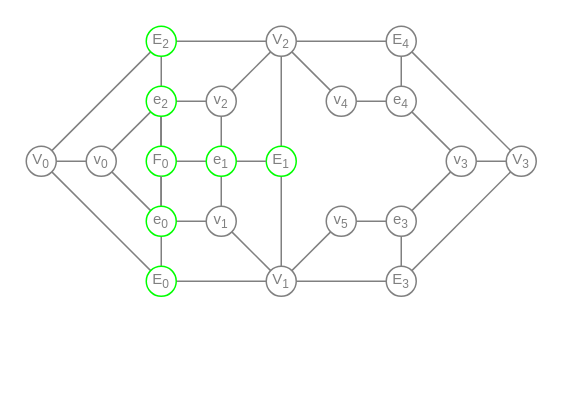
The draw.io diagram wiki/MeshGraph.drawio in YoanWithY/kayo, before the edit. Source tidied: cells renumbered, new cells numbered last; positions are measured from the earlier drawing's top-left corner, leaving out a move shared by most shapes. Both pictures are drawn from the tidied source at 150%, with x=0, y=0 at pixel (26, 26).
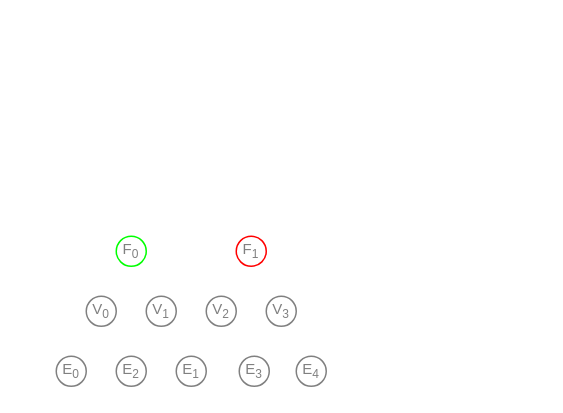
The same diagram, later.

What changed in the source:
```diff
@@
-    <mxCell id="1" parent="0" />
-    <mxCell id="2" style="edgeStyle=none;html=1;fontSize=8;fontColor=#808080;rounded=0;endArrow=none;endFill=0;strokeColor=#808080;" parent="1" edge="1" source="8" target="37">
-      <mxGeometry relative="1" as="geometry" />
-    </mxCell>
-    <mxCell id="3" style="edgeStyle=none;shape=connector;rounded=0;html=1;labelBackgroundColor=default;strokeColor=#808080;fontFamily=Helvetica;fontSize=8;fontColor=#808080;endArrow=none;endFill=0;" parent="1" edge="1" source="8" target="15">
-      <mxGeometry relative="1" as="geometry" />
-    </mxCell>
-    <mxCell id="4" style="edgeStyle=none;shape=connector;rounded=0;html=1;labelBackgroundColor=default;strokeColor=#808080;fontFamily=Helvetica;fontSize=8;fontColor=#808080;endArrow=none;endFill=0;" parent="1" edge="1" source="8" target="15">
-      <mxGeometry relative="1" as="geometry" />
-    </mxCell>
-    <mxCell id="5" style="edgeStyle=none;shape=connector;rounded=0;html=1;labelBackgroundColor=default;strokeColor=#808080;fontFamily=Helvetica;fontSize=8;fontColor=#808080;endArrow=none;endFill=0;" parent="1" edge="1" source="8" target="15">
-      <mxGeometry relative="1" as="geometry" />
-    </mxCell>
-    <mxCell id="6" style="edgeStyle=none;shape=connector;rounded=0;html=1;labelBackgroundColor=default;strokeColor=#808080;fontFamily=Helvetica;fontSize=8;fontColor=#808080;endArrow=none;endFill=0;" parent="1" edge="1" source="8" target="15">
-      <mxGeometry relative="1" as="geometry" />
-    </mxCell>
-    <mxCell id="7" style="edgeStyle=none;shape=connector;rounded=0;html=1;labelBackgroundColor=default;strokeColor=#808080;fontFamily=Helvetica;fontSize=8;fontColor=#808080;endArrow=none;endFill=0;" parent="1" edge="1" source="8" target="41">
-      <mxGeometry relative="1" as="geometry" />
-    </mxCell>
+    <mxCell id="62" parent="0" />
-    <mxCell id="8" value="F&lt;sub style=&quot;&quot;&gt;&lt;font style=&quot;font-size: 8px;&quot;&gt;0&lt;/font&gt;&lt;/sub&gt;" style="ellipse;whiteSpace=wrap;html=1;fontSize=10;fillColor=none;strokeColor=#00FF00;fontColor=#808080;" parent="1" vertex="1">
-      <mxGeometry x="80" y="80" width="20" height="20" as="geometry" />
+    <mxCell id="8" value="F&lt;sub style=&quot;&quot;&gt;&lt;font style=&quot;font-size: 8px;&quot;&gt;0&lt;/font&gt;&lt;/sub&gt;" style="ellipse;whiteSpace=wrap;html=1;fontSize=10;fillColor=none;strokeColor=#00FF00;fontColor=#808080;" parent="62" vertex="1">
+      <mxGeometry x="60" y="140" width="20" height="20" as="geometry" />
     </mxCell>
-    <mxCell id="9" style="edgeStyle=none;shape=connector;rounded=0;html=1;labelBackgroundColor=default;strokeColor=#808080;fontFamily=Helvetica;fontSize=8;fontColor=#808080;endArrow=none;endFill=0;" parent="1" edge="1" source="11" target="23">
-      <mxGeometry relative="1" as="geometry" />
-    </mxCell>
-    <mxCell id="10" style="edgeStyle=none;shape=connector;rounded=0;html=1;labelBackgroundColor=default;strokeColor=#808080;fontFamily=Helvetica;fontSize=8;fontColor=#808080;endArrow=none;endFill=0;" parent="1" edge="1" source="11" target="20">
-      <mxGeometry relative="1" as="geometry" />
-    </mxCell>
-    <mxCell id="11" value="E&lt;sub style=&quot;&quot;&gt;&lt;font style=&quot;font-size: 8px;&quot;&gt;1&lt;/font&gt;&lt;/sub&gt;" style="ellipse;whiteSpace=wrap;html=1;fontSize=10;fillColor=none;strokeColor=#00FF00;fontColor=#808080;" parent="1" vertex="1">
-      <mxGeometry x="160" y="80" width="20" height="20" as="geometry" />
+    <mxCell id="11" value="E&lt;sub style=&quot;&quot;&gt;&lt;font style=&quot;font-size: 8px;&quot;&gt;1&lt;/font&gt;&lt;/sub&gt;" style="ellipse;whiteSpace=wrap;html=1;fontSize=10;fillColor=none;strokeColor=#808080;fontColor=#808080;" parent="62" vertex="1">
+      <mxGeometry x="100" y="220" width="20" height="20" as="geometry" />
     </mxCell>
-    <mxCell id="12" style="edgeStyle=none;shape=connector;rounded=0;html=1;labelBackgroundColor=default;strokeColor=#808080;fontFamily=Helvetica;fontSize=8;fontColor=#808080;endArrow=none;endFill=0;" parent="1" edge="1" source="15" target="47">
-      <mxGeometry relative="1" as="geometry" />
-    </mxCell>
-    <mxCell id="13" style="edgeStyle=none;shape=connector;rounded=0;html=1;labelBackgroundColor=default;strokeColor=#808080;fontFamily=Helvetica;fontSize=8;fontColor=#808080;endArrow=none;endFill=0;" parent="1" edge="1" source="15" target="55">
-      <mxGeometry relative="1" as="geometry" />
-    </mxCell>
-    <mxCell id="14" style="edgeStyle=none;shape=connector;rounded=0;html=1;labelBackgroundColor=default;strokeColor=#808080;fontFamily=Helvetica;fontSize=8;fontColor=#808080;endArrow=none;endFill=0;" parent="1" edge="1" source="15" target="57">
-      <mxGeometry relative="1" as="geometry" />
-    </mxCell>
-    <mxCell id="15" value="e&lt;sub style=&quot;&quot;&gt;&lt;font style=&quot;font-size: 8px;&quot;&gt;2&lt;/font&gt;&lt;/sub&gt;" style="ellipse;whiteSpace=wrap;html=1;fontSize=10;fillColor=none;strokeColor=#00FF00;fontColor=#808080;" parent="1" vertex="1">
-      <mxGeometry x="80" y="40" width="20" height="20" as="geometry" />
-    </mxCell>
+    <mxCell id="47" value="E&lt;sub style=&quot;&quot;&gt;&lt;font style=&quot;font-size: 8px;&quot;&gt;2&lt;/font&gt;&lt;/sub&gt;" style="ellipse;whiteSpace=wrap;html=1;fontSize=10;fillColor=none;strokeColor=#808080;fontColor=#808080;" parent="62" vertex="1">
+      <mxGeometry x="60" y="220" width="20" height="20" as="geometry" />
+    </mxCell>
-    <mxCell id="16" value="V&lt;sub style=&quot;&quot;&gt;&lt;font style=&quot;font-size: 8px;&quot;&gt;0&lt;/font&gt;&lt;/sub&gt;" style="ellipse;whiteSpace=wrap;html=1;fontSize=10;fillColor=none;strokeColor=#808080;fontColor=#808080;shadow=0;" parent="1" vertex="1">
-      <mxGeometry y="80" width="20" height="20" as="geometry" />
+    <mxCell id="16" value="V&lt;sub style=&quot;&quot;&gt;&lt;font style=&quot;font-size: 8px;&quot;&gt;0&lt;/font&gt;&lt;/sub&gt;" style="ellipse;whiteSpace=wrap;html=1;fontSize=10;fillColor=none;strokeColor=#808080;fontColor=#808080;" parent="62" vertex="1">
+      <mxGeometry x="40" y="180" width="20" height="20" as="geometry" />
     </mxCell>
-    <mxCell id="17" style="edgeStyle=none;shape=connector;rounded=0;html=1;labelBackgroundColor=default;strokeColor=#808080;fontFamily=Helvetica;fontSize=8;fontColor=#808080;endArrow=none;endFill=0;" parent="1" edge="1" source="20" target="56">
-      <mxGeometry relative="1" as="geometry" />
-    </mxCell>
-    <mxCell id="18" style="edgeStyle=none;shape=connector;rounded=0;html=1;labelBackgroundColor=default;strokeColor=#808080;fontFamily=Helvetica;fontSize=8;fontColor=#808080;endArrow=none;endFill=0;" parent="1" edge="1" source="20" target="61">
-      <mxGeometry relative="1" as="geometry" />
-    </mxCell>
-    <mxCell id="19" style="edgeStyle=none;shape=connector;rounded=0;html=1;labelBackgroundColor=default;strokeColor=#808080;fontFamily=Helvetica;fontSize=8;fontColor=#808080;endArrow=none;endFill=0;" parent="1" edge="1" source="20" target="27">
-      <mxGeometry relative="1" as="geometry" />
-    </mxCell>
-    <mxCell id="20" value="V&lt;sub style=&quot;&quot;&gt;&lt;font style=&quot;font-size: 8px;&quot;&gt;1&lt;/font&gt;&lt;/sub&gt;" style="ellipse;whiteSpace=wrap;html=1;fontSize=10;fillColor=none;strokeColor=#808080;fontColor=#808080;" parent="1" vertex="1">
-      <mxGeometry x="160" y="160" width="20" height="20" as="geometry" />
+    <mxCell id="20" value="V&lt;sub style=&quot;&quot;&gt;&lt;font style=&quot;font-size: 8px;&quot;&gt;1&lt;/font&gt;&lt;/sub&gt;" style="ellipse;whiteSpace=wrap;html=1;fontSize=10;fillColor=none;strokeColor=#808080;fontColor=#808080;" parent="62" vertex="1">
+      <mxGeometry x="80" y="180" width="20" height="20" as="geometry" />
     </mxCell>
-    <mxCell id="21" style="edgeStyle=none;shape=connector;rounded=0;html=1;labelBackgroundColor=default;strokeColor=#808080;fontFamily=Helvetica;fontSize=8;fontColor=#808080;endArrow=none;endFill=0;" parent="1" edge="1" source="23" target="57">
-      <mxGeometry relative="1" as="geometry" />
-    </mxCell>
-    <mxCell id="22" style="edgeStyle=none;shape=connector;rounded=0;html=1;labelBackgroundColor=default;strokeColor=#808080;fontFamily=Helvetica;fontSize=8;fontColor=#808080;endArrow=none;endFill=0;" parent="1" edge="1" source="23" target="60">
-      <mxGeometry relative="1" as="geometry" />
-    </mxCell>
-    <mxCell id="23" value="V&lt;sub style=&quot;&quot;&gt;&lt;font style=&quot;font-size: 8px;&quot;&gt;2&lt;/font&gt;&lt;/sub&gt;" style="ellipse;whiteSpace=wrap;html=1;fontSize=10;fillColor=none;strokeColor=#808080;fontColor=#808080;" parent="1" vertex="1">
-      <mxGeometry x="160" width="20" height="20" as="geometry" />
+    <mxCell id="23" value="V&lt;sub style=&quot;&quot;&gt;&lt;font style=&quot;font-size: 8px;&quot;&gt;2&lt;/font&gt;&lt;/sub&gt;" style="ellipse;whiteSpace=wrap;html=1;fontSize=10;fillColor=none;strokeColor=#808080;fontColor=#808080;" parent="62" vertex="1">
+      <mxGeometry x="120" y="180" width="20" height="20" as="geometry" />
     </mxCell>
-    <mxCell id="24" style="edgeStyle=none;shape=connector;rounded=0;html=1;labelBackgroundColor=default;strokeColor=#808080;fontFamily=Helvetica;fontSize=8;fontColor=#808080;endArrow=none;endFill=0;startArrow=none;" parent="1" edge="1" source="50" target="27">
-      <mxGeometry relative="1" as="geometry" />
-    </mxCell>
-    <mxCell id="25" style="edgeStyle=none;shape=connector;rounded=0;html=1;labelBackgroundColor=default;strokeColor=#808080;fontFamily=Helvetica;fontSize=8;fontColor=#808080;endArrow=none;endFill=0;startArrow=none;" parent="1" edge="1" source="53" target="29">
-      <mxGeometry relative="1" as="geometry" />
-    </mxCell>
-    <mxCell id="26" style="edgeStyle=none;shape=connector;rounded=0;html=1;labelBackgroundColor=default;strokeColor=#808080;fontFamily=Helvetica;fontSize=8;fontColor=#808080;endArrow=none;endFill=0;" parent="1" edge="1" source="27" target="31">
-      <mxGeometry relative="1" as="geometry" />
-    </mxCell>
+    <mxCell id="63" value="F&lt;sub style=&quot;&quot;&gt;&lt;font style=&quot;font-size: 8px;&quot;&gt;1&lt;/font&gt;&lt;/sub&gt;" style="ellipse;whiteSpace=wrap;html=1;fontSize=10;fillColor=none;strokeColor=#FF0000;fontColor=#808080;" parent="62" vertex="1">
+      <mxGeometry x="140" y="140" width="20" height="20" as="geometry" />
+    </mxCell>
-    <mxCell id="27" value="E&lt;sub style=&quot;&quot;&gt;&lt;font style=&quot;font-size: 8px;&quot;&gt;3&lt;/font&gt;&lt;/sub&gt;" style="ellipse;whiteSpace=wrap;html=1;fontSize=10;fillColor=none;strokeColor=#808080;fontColor=#808080;" parent="1" vertex="1">
-      <mxGeometry x="240" y="160" width="20" height="20" as="geometry" />
+    <mxCell id="27" value="E&lt;sub style=&quot;&quot;&gt;&lt;font style=&quot;font-size: 8px;&quot;&gt;3&lt;/font&gt;&lt;/sub&gt;" style="ellipse;whiteSpace=wrap;html=1;fontSize=10;fillColor=none;strokeColor=#808080;fontColor=#808080;" parent="62" vertex="1">
+      <mxGeometry x="142" y="220" width="20" height="20" as="geometry" />
     </mxCell>
-    <mxCell id="28" style="edgeStyle=none;shape=connector;rounded=0;html=1;labelBackgroundColor=default;strokeColor=#808080;fontFamily=Helvetica;fontSize=8;fontColor=#808080;endArrow=none;endFill=0;" parent="1" edge="1" source="29" target="23">
-      <mxGeometry relative="1" as="geometry" />
-    </mxCell>
-    <mxCell id="29" value="E&lt;sub style=&quot;&quot;&gt;&lt;font style=&quot;font-size: 8px;&quot;&gt;4&lt;/font&gt;&lt;/sub&gt;" style="ellipse;whiteSpace=wrap;html=1;fontSize=10;fillColor=none;strokeColor=#808080;fontColor=#808080;" parent="1" vertex="1">
-      <mxGeometry x="240" width="20" height="20" as="geometry" />
+    <mxCell id="29" value="E&lt;sub style=&quot;&quot;&gt;&lt;font style=&quot;font-size: 8px;&quot;&gt;4&lt;/font&gt;&lt;/sub&gt;" style="ellipse;whiteSpace=wrap;html=1;fontSize=10;fillColor=none;strokeColor=#808080;fontColor=#808080;" parent="62" vertex="1">
+      <mxGeometry x="180" y="220" width="20" height="20" as="geometry" />
     </mxCell>
-    <mxCell id="30" style="edgeStyle=none;shape=connector;rounded=0;html=1;labelBackgroundColor=default;strokeColor=#808080;fontFamily=Helvetica;fontSize=8;fontColor=#808080;endArrow=none;endFill=0;" parent="1" edge="1" source="31" target="29">
-      <mxGeometry relative="1" as="geometry" />
-    </mxCell>
-    <mxCell id="31" value="V&lt;sub style=&quot;&quot;&gt;&lt;font style=&quot;font-size: 8px;&quot;&gt;3&lt;/font&gt;&lt;/sub&gt;" style="ellipse;whiteSpace=wrap;html=1;fontSize=10;fillColor=none;strokeColor=#808080;fontColor=#808080;" parent="1" vertex="1">
-      <mxGeometry x="320" y="80" width="20" height="20" as="geometry" />
+    <mxCell id="31" value="V&lt;sub style=&quot;&quot;&gt;&lt;font style=&quot;font-size: 8px;&quot;&gt;3&lt;/font&gt;&lt;/sub&gt;" style="ellipse;whiteSpace=wrap;html=1;fontSize=10;fillColor=none;strokeColor=#808080;fontColor=#808080;" parent="62" vertex="1">
+      <mxGeometry x="160" y="180" width="20" height="20" as="geometry" />
     </mxCell>
-    <mxCell id="32" style="edgeStyle=none;shape=connector;rounded=0;html=1;labelBackgroundColor=default;strokeColor=#808080;fontFamily=Helvetica;fontSize=8;fontColor=#808080;endArrow=none;endFill=0;" parent="1" edge="1" source="8" target="37">
-      <mxGeometry relative="1" as="geometry" />
-    </mxCell>
-    <mxCell id="33" style="edgeStyle=none;shape=connector;rounded=0;html=1;labelBackgroundColor=default;strokeColor=#808080;fontFamily=Helvetica;fontSize=8;fontColor=#808080;endArrow=none;endFill=0;" parent="1" edge="1" source="37" target="8">
-      <mxGeometry relative="1" as="geometry" />
-    </mxCell>
-    <mxCell id="34" style="edgeStyle=none;shape=connector;rounded=0;html=1;labelBackgroundColor=default;strokeColor=#808080;fontFamily=Helvetica;fontSize=8;fontColor=#808080;endArrow=none;endFill=0;" parent="1" edge="1" source="37" target="44">
-      <mxGeometry relative="1" as="geometry" />
-    </mxCell>
-    <mxCell id="35" style="edgeStyle=none;shape=connector;rounded=0;html=1;labelBackgroundColor=default;strokeColor=#808080;fontFamily=Helvetica;fontSize=8;fontColor=#808080;endArrow=none;endFill=0;" parent="1" edge="1" source="37" target="55">
-      <mxGeometry relative="1" as="geometry" />
-    </mxCell>
-    <mxCell id="36" style="edgeStyle=none;shape=connector;rounded=0;html=1;labelBackgroundColor=default;strokeColor=#808080;fontFamily=Helvetica;fontSize=8;fontColor=#808080;endArrow=none;endFill=0;" parent="1" edge="1" source="37" target="56">
-      <mxGeometry relative="1" as="geometry" />
-    </mxCell>
-    <mxCell id="37" value="e&lt;sub style=&quot;&quot;&gt;&lt;font style=&quot;font-size: 8px;&quot;&gt;0&lt;/font&gt;&lt;/sub&gt;" style="ellipse;whiteSpace=wrap;html=1;fontSize=10;fillColor=none;strokeColor=#00FF00;fontColor=#808080;" parent="1" vertex="1">
-      <mxGeometry x="80" y="120" width="20" height="20" as="geometry" />
-    </mxCell>
-    <mxCell id="38" style="edgeStyle=none;shape=connector;rounded=0;html=1;labelBackgroundColor=default;strokeColor=#808080;fontFamily=Helvetica;fontSize=8;fontColor=#808080;endArrow=none;endFill=0;" parent="1" edge="1" source="41" target="11">
-      <mxGeometry relative="1" as="geometry" />
-    </mxCell>
-    <mxCell id="39" style="edgeStyle=none;shape=connector;rounded=0;html=1;labelBackgroundColor=default;strokeColor=#808080;fontFamily=Helvetica;fontSize=8;fontColor=#808080;endArrow=none;endFill=0;" parent="1" edge="1" source="41" target="56">
-      <mxGeometry relative="1" as="geometry" />
-    </mxCell>
-    <mxCell id="40" style="edgeStyle=none;shape=connector;rounded=0;html=1;labelBackgroundColor=default;strokeColor=#808080;fontFamily=Helvetica;fontSize=8;fontColor=#808080;endArrow=none;endFill=0;" parent="1" edge="1" source="41" target="57">
-      <mxGeometry relative="1" as="geometry" />
-    </mxCell>
-    <mxCell id="41" value="e&lt;sub style=&quot;&quot;&gt;&lt;font style=&quot;font-size: 8px;&quot;&gt;1&lt;/font&gt;&lt;/sub&gt;" style="ellipse;whiteSpace=wrap;html=1;fontSize=10;fillColor=none;strokeColor=#00FF00;fontColor=#808080;" parent="1" vertex="1">
-      <mxGeometry x="120" y="80" width="20" height="20" as="geometry" />
-    </mxCell>
-    <mxCell id="42" style="edgeStyle=none;shape=connector;rounded=0;html=1;labelBackgroundColor=default;strokeColor=#808080;fontFamily=Helvetica;fontSize=8;fontColor=#808080;endArrow=none;endFill=0;" parent="1" edge="1" source="44" target="20">
-      <mxGeometry relative="1" as="geometry" />
-    </mxCell>
-    <mxCell id="43" style="edgeStyle=none;shape=connector;rounded=0;html=1;labelBackgroundColor=default;strokeColor=#808080;fontFamily=Helvetica;fontSize=8;fontColor=#808080;endArrow=none;endFill=0;" parent="1" edge="1" source="44" target="16">
-      <mxGeometry relative="1" as="geometry" />
-    </mxCell>
-    <mxCell id="44" value="E&lt;sub style=&quot;&quot;&gt;&lt;font style=&quot;font-size: 8px;&quot;&gt;0&lt;/font&gt;&lt;/sub&gt;" style="ellipse;whiteSpace=wrap;html=1;fontSize=10;fillColor=none;strokeColor=#00FF00;fontColor=#808080;" parent="1" vertex="1">
-      <mxGeometry x="80" y="160" width="20" height="20" as="geometry" />
+    <mxCell id="44" value="E&lt;sub style=&quot;&quot;&gt;&lt;font style=&quot;font-size: 8px;&quot;&gt;0&lt;/font&gt;&lt;/sub&gt;" style="ellipse;whiteSpace=wrap;html=1;fontSize=10;fillColor=none;strokeColor=#808080;fontColor=#808080;" parent="62" vertex="1">
+      <mxGeometry x="20" y="220" width="20" height="20" as="geometry" />
     </mxCell>
-    <mxCell id="45" style="edgeStyle=none;shape=connector;rounded=0;html=1;labelBackgroundColor=default;strokeColor=#808080;fontFamily=Helvetica;fontSize=8;fontColor=#808080;endArrow=none;endFill=0;" parent="1" edge="1" source="47" target="16">
-      <mxGeometry relative="1" as="geometry" />
-    </mxCell>
-    <mxCell id="46" style="edgeStyle=none;shape=connector;rounded=0;html=1;labelBackgroundColor=default;strokeColor=#808080;fontFamily=Helvetica;fontSize=8;fontColor=#808080;endArrow=none;endFill=0;" parent="1" edge="1" source="47" target="23">
-      <mxGeometry relative="1" as="geometry" />
-    </mxCell>
-    <mxCell id="47" value="E&lt;sub style=&quot;&quot;&gt;&lt;font style=&quot;font-size: 8px;&quot;&gt;2&lt;/font&gt;&lt;/sub&gt;" style="ellipse;whiteSpace=wrap;html=1;fontSize=10;fillColor=none;strokeColor=#00FF00;fontColor=#808080;" parent="1" vertex="1">
-      <mxGeometry x="80" width="20" height="20" as="geometry" />
-    </mxCell>
-    <mxCell id="48" style="edgeStyle=none;shape=connector;rounded=0;html=1;labelBackgroundColor=default;strokeColor=#808080;fontFamily=Helvetica;fontSize=8;fontColor=#808080;endArrow=none;endFill=0;" parent="1" edge="1" source="50" target="59">
-      <mxGeometry relative="1" as="geometry" />
-    </mxCell>
-    <mxCell id="49" style="edgeStyle=none;shape=connector;rounded=0;html=1;labelBackgroundColor=default;strokeColor=#808080;fontFamily=Helvetica;fontSize=8;fontColor=#808080;endArrow=none;endFill=0;" parent="1" edge="1" source="50" target="61">
-      <mxGeometry relative="1" as="geometry" />
-    </mxCell>
-    <mxCell id="50" value="e&lt;sub style=&quot;&quot;&gt;&lt;font style=&quot;font-size: 8px;&quot;&gt;3&lt;/font&gt;&lt;/sub&gt;" style="ellipse;whiteSpace=wrap;html=1;fontSize=10;fillColor=none;strokeColor=#808080;fontColor=#808080;" parent="1" vertex="1">
-      <mxGeometry x="240" y="120" width="20" height="20" as="geometry" />
-    </mxCell>
-    <mxCell id="51" style="edgeStyle=none;shape=connector;rounded=0;html=1;labelBackgroundColor=default;strokeColor=#808080;fontFamily=Helvetica;fontSize=8;fontColor=#808080;endArrow=none;endFill=0;" parent="1" edge="1" source="53" target="59">
-      <mxGeometry relative="1" as="geometry" />
-    </mxCell>
-    <mxCell id="52" style="edgeStyle=none;shape=connector;rounded=0;html=1;labelBackgroundColor=default;strokeColor=#808080;fontFamily=Helvetica;fontSize=8;fontColor=#808080;endArrow=none;endFill=0;" parent="1" edge="1" source="53" target="60">
-      <mxGeometry relative="1" as="geometry" />
-    </mxCell>
-    <mxCell id="53" value="e&lt;sub style=&quot;&quot;&gt;&lt;font style=&quot;font-size: 8px;&quot;&gt;4&lt;/font&gt;&lt;/sub&gt;" style="ellipse;whiteSpace=wrap;html=1;fontSize=10;fillColor=none;strokeColor=#808080;fontColor=#808080;" parent="1" vertex="1">
-      <mxGeometry x="240" y="40" width="20" height="20" as="geometry" />
-    </mxCell>
-    <mxCell id="54" style="edgeStyle=none;shape=connector;rounded=0;html=1;labelBackgroundColor=default;strokeColor=#808080;fontFamily=Helvetica;fontSize=8;fontColor=#808080;endArrow=none;endFill=0;" parent="1" edge="1" source="55" target="16">
-      <mxGeometry relative="1" as="geometry" />
-    </mxCell>
-    <mxCell id="55" value="v&lt;sub style=&quot;&quot;&gt;&lt;font style=&quot;font-size: 8px;&quot;&gt;0&lt;/font&gt;&lt;/sub&gt;" style="ellipse;whiteSpace=wrap;html=1;fontSize=10;fillColor=none;strokeColor=#808080;fontColor=#808080;" parent="1" vertex="1">
-      <mxGeometry x="40" y="80" width="20" height="20" as="geometry" />
-    </mxCell>
-    <mxCell id="56" value="v&lt;sub style=&quot;&quot;&gt;&lt;font style=&quot;font-size: 8px;&quot;&gt;1&lt;/font&gt;&lt;/sub&gt;" style="ellipse;whiteSpace=wrap;html=1;fontSize=10;fillColor=none;strokeColor=#808080;fontColor=#808080;" parent="1" vertex="1">
-      <mxGeometry x="120" y="120" width="20" height="20" as="geometry" />
-    </mxCell>
-    <mxCell id="57" value="v&lt;sub style=&quot;&quot;&gt;&lt;font style=&quot;font-size: 8px;&quot;&gt;2&lt;/font&gt;&lt;/sub&gt;" style="ellipse;whiteSpace=wrap;html=1;fontSize=10;fillColor=none;strokeColor=#808080;fontColor=#808080;" parent="1" vertex="1">
-      <mxGeometry x="120" y="40" width="20" height="20" as="geometry" />
-    </mxCell>
-    <mxCell id="58" style="edgeStyle=none;shape=connector;rounded=0;html=1;labelBackgroundColor=default;strokeColor=#808080;fontFamily=Helvetica;fontSize=8;fontColor=#808080;endArrow=none;endFill=0;" parent="1" edge="1" source="59" target="31">
-      <mxGeometry relative="1" as="geometry" />
-    </mxCell>
-    <mxCell id="59" value="v&lt;sub style=&quot;&quot;&gt;&lt;font style=&quot;font-size: 8px;&quot;&gt;3&lt;/font&gt;&lt;/sub&gt;" style="ellipse;whiteSpace=wrap;html=1;fontSize=10;fillColor=none;strokeColor=#808080;fontColor=#808080;" parent="1" vertex="1">
-      <mxGeometry x="280" y="80" width="20" height="20" as="geometry" />
-    </mxCell>
-    <mxCell id="60" value="v&lt;sub style=&quot;&quot;&gt;&lt;font style=&quot;font-size: 8px;&quot;&gt;4&lt;/font&gt;&lt;/sub&gt;" style="ellipse;whiteSpace=wrap;html=1;fontSize=10;fillColor=none;strokeColor=#808080;fontColor=#808080;" parent="1" vertex="1">
-      <mxGeometry x="200" y="40" width="20" height="20" as="geometry" />
-    </mxCell>
-    <mxCell id="61" value="v&lt;sub style=&quot;&quot;&gt;&lt;font style=&quot;font-size: 8px;&quot;&gt;5&lt;/font&gt;&lt;/sub&gt;" style="ellipse;whiteSpace=wrap;html=1;fontSize=10;fillColor=none;strokeColor=#808080;fontColor=#808080;" parent="1" vertex="1">
-      <mxGeometry x="200" y="120" width="20" height="20" as="geometry" />
-    </mxCell>
```
